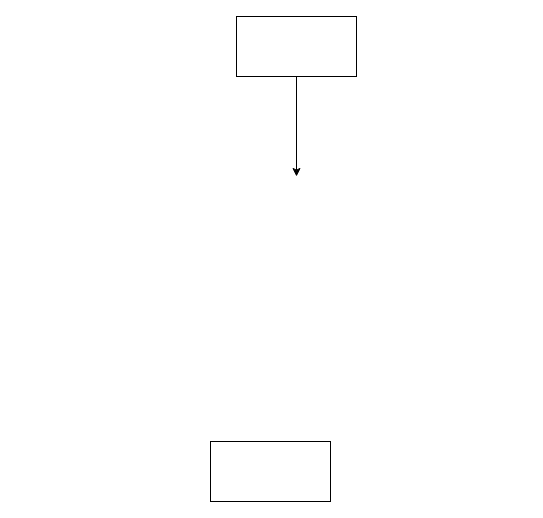
Earlier version of the draw.io diagram 未命名绘图.drawio (ShenglongGitHub/newviso). Source tidied: cells renumbered, new cells numbered last; positions are measured from the earlier drawing's top-left corner, leaving out a move shared by most shapes. Both pictures are drawn from the tidied source at 100%, with x=0, y=0 at pixel (210, 16).
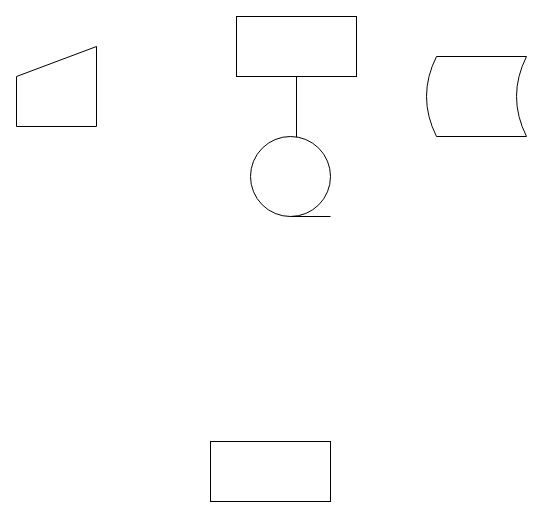
The same diagram, later.

Commit message:
已添加 未命名绘图.drawio

What changed in the source:
```diff
@@
 <mxGraphModel>
   <root>
     <mxCell id="0" />
     <mxCell id="1" parent="0" />
     <mxCell id="2" style="rounded=0;whiteSpace=wrap;html=1;" parent="1" vertex="1">
       <mxGeometry y="425" width="120" height="60" as="geometry" />
     </mxCell>
     <mxCell id="3" style="edgeStyle=none;rounded=0;jettySize=auto;html=1;" parent="1" edge="1" source="4">
       <mxGeometry relative="1" as="geometry">
         <mxPoint x="86" y="160" as="targetPoint" />
       </mxGeometry>
     </mxCell>
     <mxCell id="4" style="rounded=0;whiteSpace=wrap;html=1;" parent="1" vertex="1">
       <mxGeometry x="26" width="120" height="60" as="geometry" />
     </mxCell>
+    <mxCell id="5" style="shape=manualInput;whiteSpace=wrap;html=1;" parent="1" vertex="1">
+      <mxGeometry x="-194" y="30" width="80" height="80" as="geometry" />
+    </mxCell>
+    <mxCell id="6" style="shape=tapeData;whiteSpace=wrap;html=1;perimeter=ellipsePerimeter;" parent="1" vertex="1">
+      <mxGeometry x="40" y="120" width="80" height="80" as="geometry" />
+    </mxCell>
+    <mxCell id="7" style="shape=dataStorage;whiteSpace=wrap;html=1;" parent="1" vertex="1">
+      <mxGeometry x="216" y="40" width="100" height="80" as="geometry" />
+    </mxCell>
   </root>
 </mxGraphModel>
```
